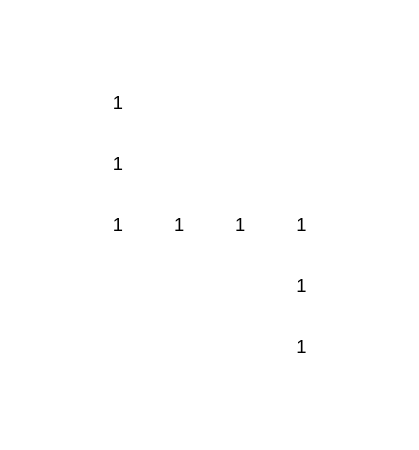
Earlier version of the draw.io diagram Untitled Diagram.drawio (razaman2/diagram). Source tidied: cells renumbered, new cells numbered last; positions are measured from the earlier drawing's top-left corner, leaving out a move shared by most shapes. Both pictures are drawn from the tidied source at 153%, with x=0, y=0 at pixel (87, 87).
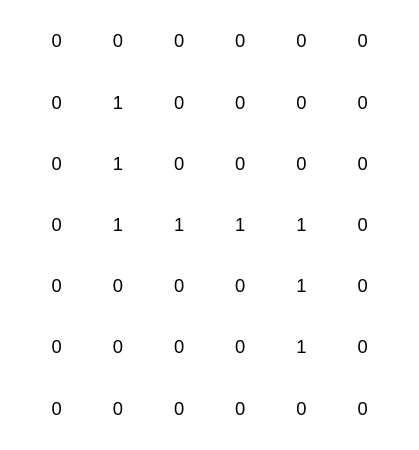
The same page after the edit.

Commit message:
added all components to grid for path and surrounding

What changed in the source:
```diff
@@
+    <mxCell id="10" value="0" style="text;html=1;strokeColor=none;fillColor=none;align=center;verticalAlign=middle;whiteSpace=wrap;rounded=0;" parent="1" vertex="1">
+      <mxGeometry x="40" width="40" height="20" as="geometry" />
+    </mxCell>
+    <mxCell id="11" value="0" style="text;html=1;strokeColor=none;fillColor=none;align=center;verticalAlign=middle;whiteSpace=wrap;rounded=0;" parent="1" vertex="1">
+      <mxGeometry x="40" y="40" width="40" height="20" as="geometry" />
+    </mxCell>
+    <mxCell id="12" value="0" style="text;html=1;strokeColor=none;fillColor=none;align=center;verticalAlign=middle;whiteSpace=wrap;rounded=0;" parent="1" vertex="1">
+      <mxGeometry x="120" width="40" height="20" as="geometry" />
+    </mxCell>
+    <mxCell id="13" value="0" style="text;html=1;strokeColor=none;fillColor=none;align=center;verticalAlign=middle;whiteSpace=wrap;rounded=0;" parent="1" vertex="1">
+      <mxGeometry x="120" y="40" width="40" height="20" as="geometry" />
+    </mxCell>
+    <mxCell id="14" value="0" style="text;html=1;strokeColor=none;fillColor=none;align=center;verticalAlign=middle;whiteSpace=wrap;rounded=0;" parent="1" vertex="1">
+      <mxGeometry x="80" y="40" width="40" height="20" as="geometry" />
+    </mxCell>
+    <mxCell id="15" value="0" style="text;html=1;strokeColor=none;fillColor=none;align=center;verticalAlign=middle;whiteSpace=wrap;rounded=0;" parent="1" vertex="1">
+      <mxGeometry x="80" width="40" height="20" as="geometry" />
+    </mxCell>
+    <mxCell id="16" value="0" style="text;html=1;strokeColor=none;fillColor=none;align=center;verticalAlign=middle;whiteSpace=wrap;rounded=0;" parent="1" vertex="1">
+      <mxGeometry x="80" y="120" width="40" height="20" as="geometry" />
+    </mxCell>
+    <mxCell id="17" value="0" style="text;html=1;strokeColor=none;fillColor=none;align=center;verticalAlign=middle;whiteSpace=wrap;rounded=0;" parent="1" vertex="1">
+      <mxGeometry x="80" y="160" width="40" height="20" as="geometry" />
+    </mxCell>
+    <mxCell id="18" value="0" style="text;html=1;strokeColor=none;fillColor=none;align=center;verticalAlign=middle;whiteSpace=wrap;rounded=0;" parent="1" vertex="1">
+      <mxGeometry x="40" y="120" width="40" height="20" as="geometry" />
+    </mxCell>
+    <mxCell id="19" value="0" style="text;html=1;strokeColor=none;fillColor=none;align=center;verticalAlign=middle;whiteSpace=wrap;rounded=0;" parent="1" vertex="1">
+      <mxGeometry x="40" y="160" width="40" height="20" as="geometry" />
+    </mxCell>
+    <mxCell id="20" value="0" style="text;html=1;strokeColor=none;fillColor=none;align=center;verticalAlign=middle;whiteSpace=wrap;rounded=0;" parent="1" vertex="1">
+      <mxGeometry y="120" width="40" height="20" as="geometry" />
+    </mxCell>
+    <mxCell id="21" value="0" style="text;html=1;strokeColor=none;fillColor=none;align=center;verticalAlign=middle;whiteSpace=wrap;rounded=0;" parent="1" vertex="1">
+      <mxGeometry y="160" width="40" height="20" as="geometry" />
+    </mxCell>
+    <mxCell id="22" value="0" style="text;html=1;strokeColor=none;fillColor=none;align=center;verticalAlign=middle;whiteSpace=wrap;rounded=0;" parent="1" vertex="1">
+      <mxGeometry x="-40" width="40" height="20" as="geometry" />
+    </mxCell>
+    <mxCell id="23" value="0" style="text;html=1;strokeColor=none;fillColor=none;align=center;verticalAlign=middle;whiteSpace=wrap;rounded=0;" parent="1" vertex="1">
+      <mxGeometry x="-40" y="40" width="40" height="20" as="geometry" />
+    </mxCell>
+    <mxCell id="24" value="0" style="text;html=1;strokeColor=none;fillColor=none;align=center;verticalAlign=middle;whiteSpace=wrap;rounded=0;" parent="1" vertex="1">
+      <mxGeometry x="-40" y="80" width="40" height="20" as="geometry" />
+    </mxCell>
+    <mxCell id="25" value="0" style="text;html=1;strokeColor=none;fillColor=none;align=center;verticalAlign=middle;whiteSpace=wrap;rounded=0;" parent="1" vertex="1">
+      <mxGeometry x="-40" y="120" width="40" height="20" as="geometry" />
+    </mxCell>
+    <mxCell id="26" value="0" style="text;html=1;strokeColor=none;fillColor=none;align=center;verticalAlign=middle;whiteSpace=wrap;rounded=0;" parent="1" vertex="1">
+      <mxGeometry x="-40" y="160" width="40" height="20" as="geometry" />
+    </mxCell>
+    <mxCell id="27" value="0" style="text;html=1;strokeColor=none;fillColor=none;align=center;verticalAlign=middle;whiteSpace=wrap;rounded=0;" parent="1" vertex="1">
+      <mxGeometry x="-40" y="-40" width="40" height="20" as="geometry" />
+    </mxCell>
+    <mxCell id="28" value="0" style="text;html=1;strokeColor=none;fillColor=none;align=center;verticalAlign=middle;whiteSpace=wrap;rounded=0;" parent="1" vertex="1">
+      <mxGeometry y="-40" width="40" height="20" as="geometry" />
+    </mxCell>
+    <mxCell id="29" value="0" style="text;html=1;strokeColor=none;fillColor=none;align=center;verticalAlign=middle;whiteSpace=wrap;rounded=0;" parent="1" vertex="1">
+      <mxGeometry x="40" y="-40" width="40" height="20" as="geometry" />
+    </mxCell>
+    <mxCell id="30" value="0" style="text;html=1;strokeColor=none;fillColor=none;align=center;verticalAlign=middle;whiteSpace=wrap;rounded=0;" parent="1" vertex="1">
+      <mxGeometry x="80" y="-40" width="40" height="20" as="geometry" />
+    </mxCell>
+    <mxCell id="31" value="0" style="text;html=1;strokeColor=none;fillColor=none;align=center;verticalAlign=middle;whiteSpace=wrap;rounded=0;" parent="1" vertex="1">
+      <mxGeometry x="120" y="-40" width="40" height="20" as="geometry" />
+    </mxCell>
+    <mxCell id="32" value="0" style="text;html=1;strokeColor=none;fillColor=none;align=center;verticalAlign=middle;whiteSpace=wrap;rounded=0;" parent="1" vertex="1">
+      <mxGeometry x="160" y="-40" width="40" height="20" as="geometry" />
+    </mxCell>
+    <mxCell id="33" value="0" style="text;html=1;strokeColor=none;fillColor=none;align=center;verticalAlign=middle;whiteSpace=wrap;rounded=0;" parent="1" vertex="1">
+      <mxGeometry x="160" width="40" height="20" as="geometry" />
+    </mxCell>
+    <mxCell id="34" value="0" style="text;html=1;strokeColor=none;fillColor=none;align=center;verticalAlign=middle;whiteSpace=wrap;rounded=0;" parent="1" vertex="1">
+      <mxGeometry x="160" y="40" width="40" height="20" as="geometry" />
+    </mxCell>
+    <mxCell id="35" value="0" style="text;html=1;strokeColor=none;fillColor=none;align=center;verticalAlign=middle;whiteSpace=wrap;rounded=0;" parent="1" vertex="1">
+      <mxGeometry x="160" y="80" width="40" height="20" as="geometry" />
+    </mxCell>
+    <mxCell id="36" value="0" style="text;html=1;strokeColor=none;fillColor=none;align=center;verticalAlign=middle;whiteSpace=wrap;rounded=0;" parent="1" vertex="1">
+      <mxGeometry x="160" y="120" width="40" height="20" as="geometry" />
+    </mxCell>
+    <mxCell id="37" value="0" style="text;html=1;strokeColor=none;fillColor=none;align=center;verticalAlign=middle;whiteSpace=wrap;rounded=0;" parent="1" vertex="1">
+      <mxGeometry x="160" y="160" width="40" height="20" as="geometry" />
+    </mxCell>
+    <mxCell id="38" value="0" style="text;html=1;strokeColor=none;fillColor=none;align=center;verticalAlign=middle;whiteSpace=wrap;rounded=0;" parent="1" vertex="1">
+      <mxGeometry x="160" y="200" width="40" height="20" as="geometry" />
+    </mxCell>
+    <mxCell id="39" value="0" style="text;html=1;strokeColor=none;fillColor=none;align=center;verticalAlign=middle;whiteSpace=wrap;rounded=0;" parent="1" vertex="1">
+      <mxGeometry x="120" y="200" width="40" height="20" as="geometry" />
+    </mxCell>
+    <mxCell id="40" value="0" style="text;html=1;strokeColor=none;fillColor=none;align=center;verticalAlign=middle;whiteSpace=wrap;rounded=0;" parent="1" vertex="1">
+      <mxGeometry x="80" y="200" width="40" height="20" as="geometry" />
+    </mxCell>
+    <mxCell id="41" value="0" style="text;html=1;strokeColor=none;fillColor=none;align=center;verticalAlign=middle;whiteSpace=wrap;rounded=0;" parent="1" vertex="1">
+      <mxGeometry x="40" y="200" width="40" height="20" as="geometry" />
+    </mxCell>
+    <mxCell id="42" value="0" style="text;html=1;strokeColor=none;fillColor=none;align=center;verticalAlign=middle;whiteSpace=wrap;rounded=0;" parent="1" vertex="1">
+      <mxGeometry y="200" width="40" height="20" as="geometry" />
+    </mxCell>
+    <mxCell id="43" value="0" style="text;html=1;strokeColor=none;fillColor=none;align=center;verticalAlign=middle;whiteSpace=wrap;rounded=0;" parent="1" vertex="1">
+      <mxGeometry x="-40" y="200" width="40" height="20" as="geometry" />
+    </mxCell>
```
